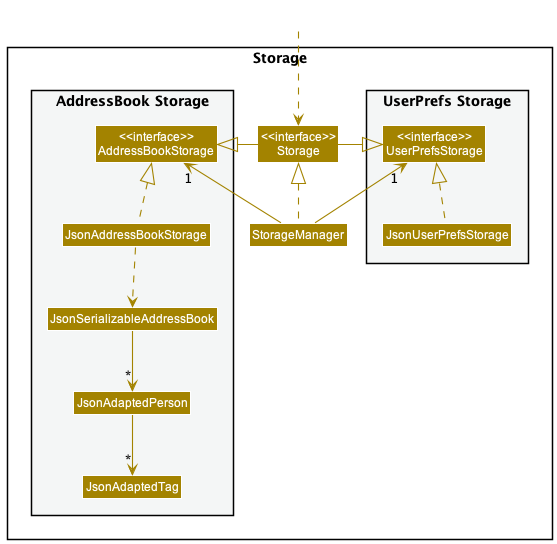
Above: docs/images/StorageClassDiagram.png in nus-cs2103-AY2223S2/tp (PlantUML), before the change.
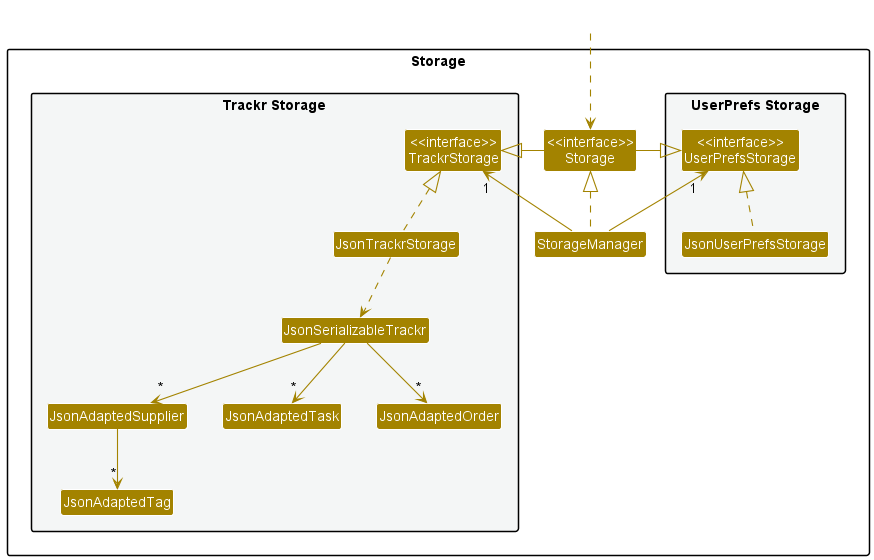
The same diagram one commit later.

Commit message:
Update StorageClassDiagram to reflect changes to it

Update Dev guide for storage and add some user stories

What changed in the source:
```diff
@@ -14,12 +14,14 @@
 Class "<<interface>>\nStorage" as Storage
 Class StorageManager
 
-package "AddressBook Storage" #F4F6F6{
-Class "<<interface>>\nAddressBookStorage" as AddressBookStorage
-Class JsonAddressBookStorage
-Class JsonSerializableAddressBook
-Class JsonAdaptedPerson
+package "Trackr Storage" #F4F6F6{
+Class "<<interface>>\nTrackrStorage" as TrackrStorage
+Class JsonTrackrStorage
+Class JsonSerializableTrackr
+Class JsonAdaptedSupplier
 Class JsonAdaptedTag
+Class JsonAdaptedTask
+Class JsonAdaptedOrder
 }
 
 }
@@ -29,15 +31,17 @@
 
 StorageManager .up.|> Storage
 StorageManager -up-> "1" UserPrefsStorage
-StorageManager -up-> "1" AddressBookStorage
+StorageManager -up-> "1" TrackrStorage
 
 Storage -left-|> UserPrefsStorage
-Storage -right-|> AddressBookStorage
+Storage -right-|> TrackrStorage
 
 JsonUserPrefsStorage .up.|> UserPrefsStorage
-JsonAddressBookStorage .up.|> AddressBookStorage
-JsonAddressBookStorage ..> JsonSerializableAddressBook
-JsonSerializableAddressBook --> "*" JsonAdaptedPerson
-JsonAdaptedPerson --> "*" JsonAdaptedTag
+JsonTrackrStorage .up.|> TrackrStorage
+JsonTrackrStorage ..> JsonSerializableTrackr
+JsonSerializableTrackr --> "*" JsonAdaptedSupplier
+JsonAdaptedSupplier --> "*" JsonAdaptedTag
+JsonSerializableTrackr --> "*" JsonAdaptedOrder
+JsonSerializableTrackr --> "*" JsonAdaptedTask
 
 @enduml
```
